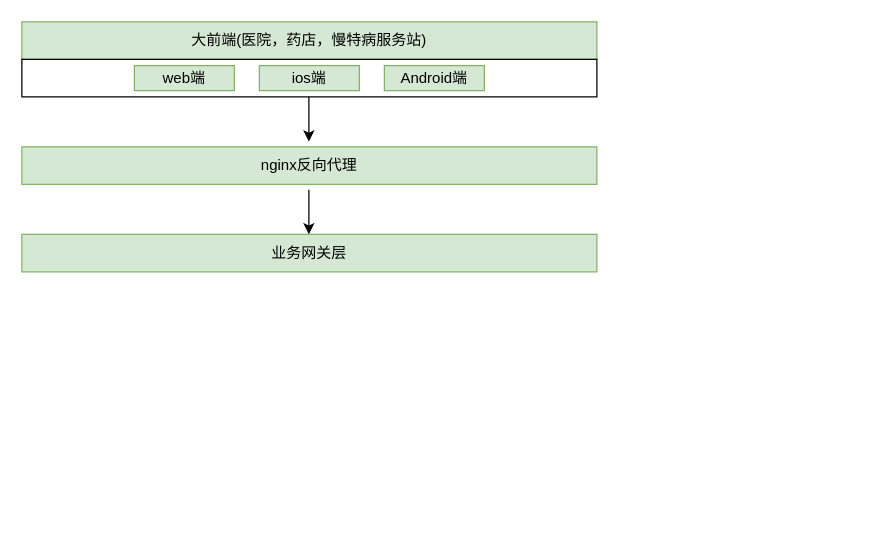
The draw.io diagram Untitled Diagram.drawio in chenrushui/draw, before the edit. Source tidied: cells renumbered, new cells numbered last; positions are measured from the earlier drawing's top-left corner, leaving out a move shared by most shapes. Both pictures are drawn from the tidied source at 125%, with x=0, y=0 at pixel (21, 21).
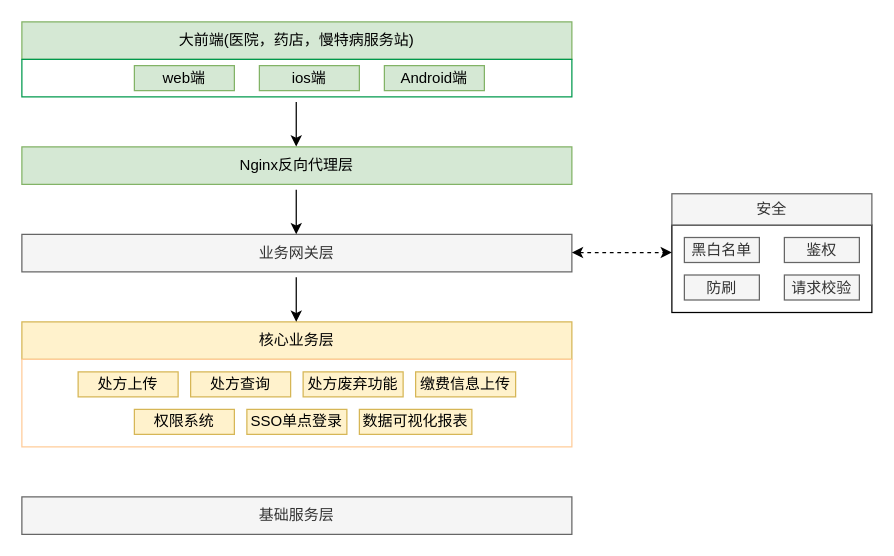
After the change.

Commit message (it also covers changes not shown here):
处方流转架构设计.drawio

The edit, as a diff of the source:
```diff
@@
+    <mxCell id="11" style="rounded=0;whiteSpace=wrap;html=1;" parent="1" vertex="1">
+      <mxGeometry x="520" y="162.5" width="160" height="70" as="geometry" />
+    </mxCell>
     <mxCell id="2" value="大前端(医院，药店，慢特病服务站)" style="rounded=0;whiteSpace=wrap;html=1;fillColor=#d5e8d4;strokeColor=#82b366;" parent="1" vertex="1">
-      <mxGeometry width="460" height="30" as="geometry" />
+      <mxGeometry width="440" height="30" as="geometry" />
     </mxCell>
-    <mxCell id="3" style="rounded=0;whiteSpace=wrap;html=1;" parent="1" vertex="1">
-      <mxGeometry y="30" width="460" height="30" as="geometry" />
+    <mxCell id="3" style="rounded=0;whiteSpace=wrap;html=1;strokeColor=#00994D;" parent="1" vertex="1">
+      <mxGeometry y="30" width="440" height="30" as="geometry" />
     </mxCell>
@@
-    <mxCell id="7" value="nginx反向代理" style="rounded=0;whiteSpace=wrap;html=1;fillColor=#d5e8d4;strokeColor=#82b366;" parent="1" vertex="1">
-      <mxGeometry y="100" width="460" height="30" as="geometry" />
+    <mxCell id="7" value="Nginx反向代理层" style="rounded=0;whiteSpace=wrap;html=1;fillColor=#d5e8d4;strokeColor=#82b366;" parent="1" vertex="1">
+      <mxGeometry y="100" width="440" height="30" as="geometry" />
     </mxCell>
-    <mxCell id="8" value="业务网关层" style="rounded=0;whiteSpace=wrap;html=1;fillColor=#d5e8d4;strokeColor=#82b366;" parent="1" vertex="1">
-      <mxGeometry y="170" width="460" height="30" as="geometry" />
+    <mxCell id="8" value="业务网关层" style="rounded=0;whiteSpace=wrap;html=1;fillColor=#f5f5f5;strokeColor=#666666;fontColor=#333333;" parent="1" vertex="1">
+      <mxGeometry y="170" width="440" height="30" as="geometry" />
     </mxCell>
     <mxCell id="9" style="endArrow=classic;html=1;" parent="1" edge="1">
       <mxGeometry relative="1" as="geometry">
-        <mxPoint x="229.6" y="60" as="sourcePoint" />
-        <mxPoint x="229.6" y="95.8" as="targetPoint" />
+        <mxPoint x="219.5" y="64" as="sourcePoint" />
+        <mxPoint x="219.5" y="99.8" as="targetPoint" />
       </mxGeometry>
     </mxCell>
     <mxCell id="10" style="endArrow=classic;html=1;" parent="1" edge="1">
       <mxGeometry relative="1" as="geometry">
-        <mxPoint x="229.6" y="134.2" as="sourcePoint" />
-        <mxPoint x="229.6" y="170" as="targetPoint" />
+        <mxPoint x="219.5" y="134.2" as="sourcePoint" />
+        <mxPoint x="219.5" y="170" as="targetPoint" />
       </mxGeometry>
     </mxCell>
+    <mxCell id="12" value="安全" style="rounded=0;whiteSpace=wrap;html=1;fillColor=#f5f5f5;strokeColor=#666666;fontColor=#333333;" parent="1" vertex="1">
+      <mxGeometry x="520" y="137.5" width="160" height="25" as="geometry" />
+    </mxCell>
+    <mxCell id="13" value="黑白名单" style="rounded=0;whiteSpace=wrap;html=1;fillColor=#f5f5f5;strokeColor=#666666;fontColor=#333333;" parent="1" vertex="1">
+      <mxGeometry x="530" y="172.5" width="60" height="20" as="geometry" />
+    </mxCell>
+    <mxCell id="14" value="鉴权" style="rounded=0;whiteSpace=wrap;html=1;fillColor=#f5f5f5;strokeColor=#666666;fontColor=#333333;" parent="1" vertex="1">
+      <mxGeometry x="610" y="172.5" width="60" height="20" as="geometry" />
+    </mxCell>
+    <mxCell id="15" value="防刷" style="rounded=0;whiteSpace=wrap;html=1;fillColor=#f5f5f5;strokeColor=#666666;fontColor=#333333;" parent="1" vertex="1">
+      <mxGeometry x="530" y="202.5" width="60" height="20" as="geometry" />
+    </mxCell>
+    <mxCell id="16" value="请求校验" style="rounded=0;whiteSpace=wrap;html=1;fillColor=#f5f5f5;strokeColor=#666666;fontColor=#333333;" parent="1" vertex="1">
+      <mxGeometry x="610" y="202.5" width="60" height="20" as="geometry" />
+    </mxCell>
+    <mxCell id="17" style="endArrow=classic;startArrow=classic;html=1;dashed=1;" parent="1" edge="1">
+      <mxGeometry relative="1" as="geometry">
+        <mxPoint x="440" y="184.5" as="sourcePoint" />
+        <mxPoint x="520" y="184.5" as="targetPoint" />
+      </mxGeometry>
+    </mxCell>
+    <mxCell id="18" value="核心业务层" style="rounded=0;whiteSpace=wrap;html=1;fillColor=#fff2cc;strokeColor=#d6b656;" parent="1" vertex="1">
+      <mxGeometry y="240" width="440" height="30" as="geometry" />
+    </mxCell>
+    <mxCell id="19" value="基础服务层" style="rounded=0;whiteSpace=wrap;html=1;fillColor=#f5f5f5;strokeColor=#666666;fontColor=#333333;" parent="1" vertex="1">
+      <mxGeometry y="380" width="440" height="30" as="geometry" />
+    </mxCell>
+    <mxCell id="20" style="rounded=0;whiteSpace=wrap;html=1;strokeColor=#FFCC99;" parent="1" vertex="1">
+      <mxGeometry y="270" width="440" height="70" as="geometry" />
+    </mxCell>
+    <mxCell id="21" value="&lt;p class=&quot;MsoNormal&quot;&gt;&lt;font face=&quot;等线&quot; style=&quot;font-size: 12px&quot;&gt;处方上传&lt;/font&gt;&lt;/p&gt;" style="rounded=0;whiteSpace=wrap;html=1;fillColor=#fff2cc;strokeColor=#d6b656;" parent="1" vertex="1">
+      <mxGeometry x="45" y="280" width="80" height="20" as="geometry" />
+    </mxCell>
+    <mxCell id="22" value="&lt;p class=&quot;MsoNormal&quot;&gt;&lt;font face=&quot;等线&quot; style=&quot;font-size: 12px&quot;&gt;处方查询&lt;/font&gt;&lt;/p&gt;" style="rounded=0;whiteSpace=wrap;html=1;fillColor=#fff2cc;strokeColor=#d6b656;" parent="1" vertex="1">
+      <mxGeometry x="135" y="280" width="80" height="20" as="geometry" />
+    </mxCell>
+    <mxCell id="23" value="&lt;p class=&quot;MsoNormal&quot;&gt;&lt;font face=&quot;等线&quot; style=&quot;font-size: 12px&quot;&gt;处方废弃功能&lt;/font&gt;&lt;/p&gt;" style="rounded=0;whiteSpace=wrap;html=1;fillColor=#fff2cc;strokeColor=#d6b656;" parent="1" vertex="1">
+      <mxGeometry x="225" y="280" width="80" height="20" as="geometry" />
+    </mxCell>
+    <mxCell id="24" value="&lt;p class=&quot;MsoNormal&quot;&gt;&lt;font face=&quot;等线&quot; style=&quot;font-size: 12px&quot;&gt;缴费信息上传&lt;/font&gt;&lt;/p&gt;" style="rounded=0;whiteSpace=wrap;html=1;fillColor=#fff2cc;strokeColor=#d6b656;" parent="1" vertex="1">
+      <mxGeometry x="315" y="280" width="80" height="20" as="geometry" />
+    </mxCell>
+    <mxCell id="25" value="&lt;p class=&quot;MsoNormal&quot;&gt;&lt;font face=&quot;等线&quot; style=&quot;font-size: 12px&quot;&gt;权限系统&lt;/font&gt;&lt;/p&gt;" style="rounded=0;whiteSpace=wrap;html=1;fillColor=#fff2cc;strokeColor=#d6b656;" parent="1" vertex="1">
+      <mxGeometry x="90" y="310" width="80" height="20" as="geometry" />
+    </mxCell>
+    <mxCell id="26" value="&lt;p class=&quot;MsoNormal&quot;&gt;&lt;font face=&quot;等线&quot; style=&quot;font-size: 12px&quot;&gt;SSO单点登录&lt;/font&gt;&lt;/p&gt;" style="rounded=0;whiteSpace=wrap;html=1;fillColor=#fff2cc;strokeColor=#d6b656;" parent="1" vertex="1">
+      <mxGeometry x="180" y="310" width="80" height="20" as="geometry" />
+    </mxCell>
+    <mxCell id="27" value="&lt;p class=&quot;MsoNormal&quot;&gt;&lt;font face=&quot;等线&quot; style=&quot;font-size: 12px&quot;&gt;数据可视化报表&lt;/font&gt;&lt;/p&gt;" style="rounded=0;whiteSpace=wrap;html=1;fillColor=#fff2cc;strokeColor=#d6b656;" parent="1" vertex="1">
+      <mxGeometry x="270" y="310" width="90" height="20" as="geometry" />
+    </mxCell>
+    <mxCell id="28" style="endArrow=classic;html=1;" parent="1" edge="1">
+      <mxGeometry relative="1" as="geometry">
+        <mxPoint x="219.5" y="204.2" as="sourcePoint" />
+        <mxPoint x="219.5" y="240" as="targetPoint" />
+      </mxGeometry>
+    </mxCell>
```
